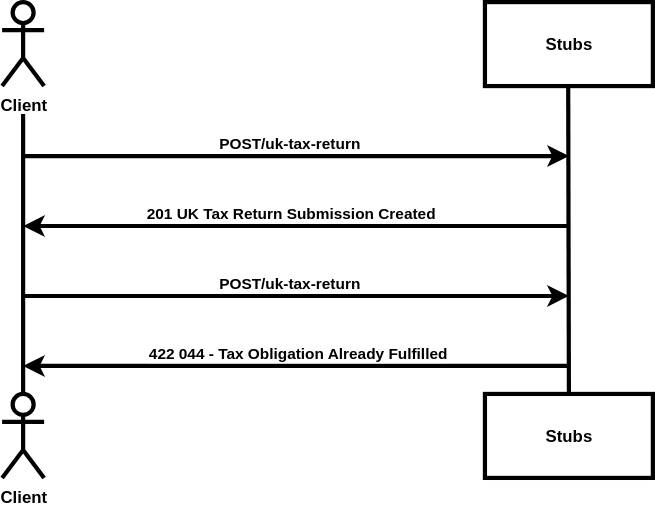
Above: source/documentation/figures/duplicate-submissions-sequence.svg in hmrc/pillar2-service-guide (draw.io), before the change. Source tidied: cells renumbered, new cells last; positions are measured from the earlier drawing's top-left corner, leaving out a move shared by most shapes.
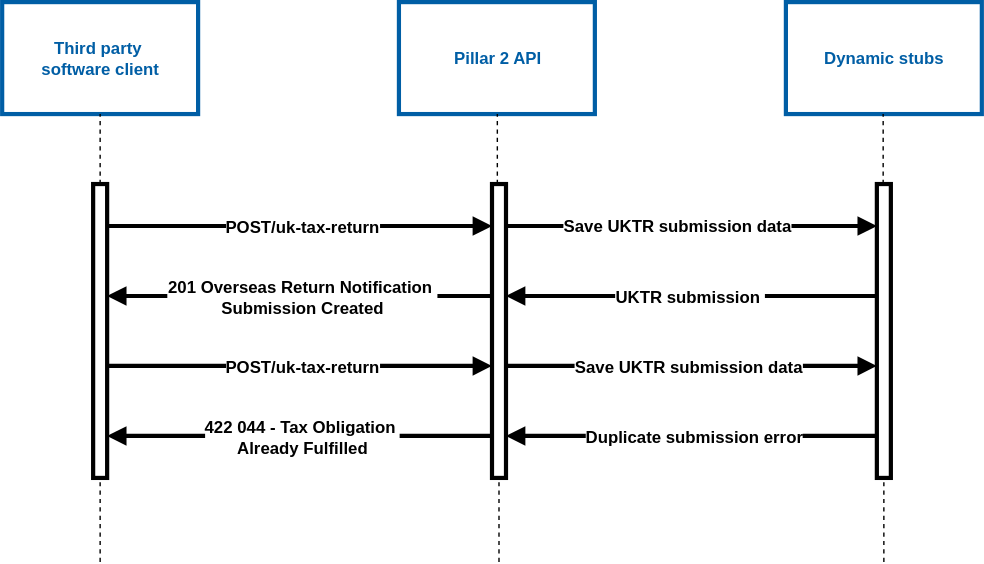
The same diagram one commit later.

Commit message:
Updated sequence diagrams

Change to the diagram source:
```diff
@@ -2,72 +2,138 @@
   <root>
     <mxCell id="0" />
     <mxCell id="1" parent="0" />
-    <mxCell id="2" value="Client" style="shape=umlActor;verticalLabelPosition=bottom;verticalAlign=top;html=1;strokeWidth=3;fontStyle=1;" parent="1" vertex="1">
-      <mxGeometry width="30" height="60" as="geometry" />
-    </mxCell>
-    <mxCell id="3" value="Client" style="shape=umlActor;verticalLabelPosition=bottom;verticalAlign=top;html=1;strokeWidth=3;fontStyle=1;" parent="1" vertex="1">
-      <mxGeometry y="280" width="30" height="60" as="geometry" />
-    </mxCell>
-    <mxCell id="4" style="endArrow=none;html=1;rounded=0;strokeWidth=3;fontStyle=1;" parent="1" edge="1">
-      <mxGeometry relative="1" as="geometry">
-        <mxPoint x="15" y="280" as="sourcePoint" />
-        <mxPoint x="15" y="80" as="targetPoint" />
-      </mxGeometry>
-    </mxCell>
-    <mxCell id="5" value="Stubs" style="rounded=0;whiteSpace=wrap;html=1;strokeWidth=3;fontStyle=1;" parent="1" vertex="1">
-      <mxGeometry x="345" width="120" height="60" as="geometry" />
-    </mxCell>
-    <mxCell id="6" value="Stubs" style="rounded=0;whiteSpace=wrap;html=1;strokeWidth=3;fontStyle=1;" parent="1" vertex="1">
-      <mxGeometry x="345" y="280" width="120" height="60" as="geometry" />
-    </mxCell>
-    <mxCell id="7" style="endArrow=none;html=1;rounded=0;exitX=0.5;exitY=0;exitDx=0;exitDy=0;strokeWidth=3;fontStyle=1;" parent="1" edge="1" source="6">
-      <mxGeometry relative="1" as="geometry">
-        <mxPoint x="404.5" y="60" as="targetPoint" />
-      </mxGeometry>
-    </mxCell>
-    <mxCell id="8" style="endArrow=classic;html=1;rounded=0;strokeWidth=3;fontStyle=1;" parent="1" edge="1">
-      <mxGeometry relative="1" as="geometry">
-        <mxPoint x="15" y="110" as="sourcePoint" />
-        <mxPoint x="405" y="110" as="targetPoint" />
-      </mxGeometry>
-    </mxCell>
-    <mxCell id="9" value="POST/uk-tax-return" style="edgeLabel;html=1;align=center;verticalAlign=middle;fontStyle=1;" parent="8" vertex="1">
-      <mxGeometry x="-0.19" relative="1" as="geometry">
-        <mxPoint x="31" y="-10" as="offset" />
-      </mxGeometry>
-    </mxCell>
-    <mxCell id="10" style="endArrow=classic;html=1;rounded=0;strokeWidth=3;fontStyle=1;" parent="1" edge="1">
-      <mxGeometry relative="1" as="geometry">
-        <mxPoint x="405" y="160" as="sourcePoint" />
-        <mxPoint x="15" y="160" as="targetPoint" />
-      </mxGeometry>
-    </mxCell>
-    <mxCell id="11" value="201 UK Tax Return Submission Created" style="edgeLabel;html=1;align=center;verticalAlign=middle;fontStyle=1;" parent="10" vertex="1">
-      <mxGeometry x="0.13" relative="1" as="geometry">
-        <mxPoint x="20" y="-10" as="offset" />
-      </mxGeometry>
-    </mxCell>
-    <mxCell id="12" style="endArrow=classic;html=1;rounded=0;strokeWidth=3;fontStyle=1;" parent="1" edge="1">
-      <mxGeometry relative="1" as="geometry">
-        <mxPoint x="15" y="210" as="sourcePoint" />
-        <mxPoint x="405" y="210" as="targetPoint" />
-      </mxGeometry>
-    </mxCell>
-    <mxCell id="13" value="POST/uk-tax-return" style="edgeLabel;html=1;align=center;verticalAlign=middle;fontStyle=1;" parent="12" vertex="1">
-      <mxGeometry x="-0.15" y="-2" relative="1" as="geometry">
-        <mxPoint x="23" y="-12" as="offset" />
-      </mxGeometry>
-    </mxCell>
-    <mxCell id="14" style="endArrow=classic;html=1;rounded=0;strokeWidth=3;fontStyle=1;" parent="1" edge="1">
-      <mxGeometry relative="1" as="geometry">
-        <mxPoint x="405" y="260" as="sourcePoint" />
-        <mxPoint x="15" y="260" as="targetPoint" />
-      </mxGeometry>
-    </mxCell>
+    <mxCell id="16" value="&lt;b&gt;&lt;font style=&quot;color: light-dark(rgb(0, 94, 165), rgb(237, 237, 237));&quot;&gt;Third party&amp;nbsp;&lt;/font&gt;&lt;/b&gt;&lt;div&gt;&lt;b&gt;&lt;font style=&quot;color: light-dark(rgb(0, 94, 165), rgb(237, 237, 237));&quot;&gt;software client&lt;/font&gt;&lt;/b&gt;&lt;/div&gt;" style="rounded=0;whiteSpace=wrap;html=1;strokeWidth=3;strokeColor=light-dark(#005ea5, #ededed);" parent="1" vertex="1">
+      <mxGeometry x="-25" y="50" width="140" height="80" as="geometry" />
+    </mxCell>
+    <mxCell id="17" style="endArrow=none;dashed=1;html=1;rounded=0;strokeWidth=1;" parent="1" edge="1" source="19" target="16">
+      <mxGeometry relative="1" as="geometry" />
+    </mxCell>
+    <mxCell id="18" style="endArrow=none;dashed=1;html=1;rounded=0;strokeWidth=1;" parent="1" edge="1" target="19">
+      <mxGeometry relative="1" as="geometry">
+        <mxPoint x="45" y="450" as="sourcePoint" />
+      </mxGeometry>
+    </mxCell>
+    <mxCell id="19" style="html=1;points=[[0,0,0,0,5],[0,1,0,0,-5],[1,0,0,0,5],[1,1,0,0,-5]];perimeter=orthogonalPerimeter;outlineConnect=0;targetShapes=umlLifeline;portConstraint=eastwest;newEdgeStyle={&quot;curved&quot;:0,&quot;rounded&quot;:0};strokeWidth=3;" parent="1" vertex="1">
+      <mxGeometry x="40" y="180" width="10" height="210" as="geometry" />
+    </mxCell>
+    <mxCell id="20" value="&lt;b&gt;&lt;font style=&quot;color: light-dark(rgb(0, 94, 165), rgb(237, 237, 237));&quot;&gt;Pillar 2 API&lt;/font&gt;&lt;/b&gt;" style="rounded=0;whiteSpace=wrap;html=1;strokeWidth=3;strokeColor=light-dark(#005ea5, #ededed);" parent="1" vertex="1">
+      <mxGeometry x="258.5" y="50" width="140" height="80" as="geometry" />
+    </mxCell>
+    <mxCell id="21" style="endArrow=none;dashed=1;html=1;rounded=0;strokeWidth=1;" parent="1" edge="1" source="26" target="20">
+      <mxGeometry relative="1" as="geometry" />
+    </mxCell>
+    <mxCell id="22" style="endArrow=none;dashed=1;html=1;rounded=0;strokeWidth=1;" parent="1" edge="1" target="26">
+      <mxGeometry relative="1" as="geometry">
+        <mxPoint x="330" y="450" as="sourcePoint" />
+      </mxGeometry>
+    </mxCell>
+    <mxCell id="23" value="&lt;b style=&quot;background-color: transparent; color: light-dark(rgb(0, 0, 0), rgb(255, 255, 255));&quot;&gt;&lt;font style=&quot;color: light-dark(rgb(0, 94, 165), rgb(237, 237, 237));&quot;&gt;Dynamic stubs&lt;/font&gt;&lt;/b&gt;" style="rounded=0;whiteSpace=wrap;html=1;strokeWidth=3;strokeColor=light-dark(#005ea5, #ededed);" parent="1" vertex="1">
+      <mxGeometry x="535" y="50" width="140" height="80" as="geometry" />
+    </mxCell>
+    <mxCell id="24" style="endArrow=block;html=1;rounded=0;strokeWidth=3;endFill=1;" parent="1" edge="1" source="19">
+      <mxGeometry relative="1" as="geometry">
+        <mxPoint x="325" y="310" as="targetPoint" />
+        <Array as="points">
+          <mxPoint x="85" y="310" />
+        </Array>
+      </mxGeometry>
+    </mxCell>
+    <mxCell id="25" value="POST/uk-tax-return" style="edgeLabel;html=1;align=center;verticalAlign=middle;fontStyle=1;fontSize=12;" parent="24" vertex="1">
+      <mxGeometry relative="1" as="geometry" />
+    </mxCell>
+    <mxCell id="26" style="html=1;points=[[0,0,0,0,5],[0,1,0,0,-5],[1,0,0,0,5],[1,1,0,0,-5]];perimeter=orthogonalPerimeter;outlineConnect=0;targetShapes=umlLifeline;portConstraint=eastwest;newEdgeStyle={&quot;curved&quot;:0,&quot;rounded&quot;:0};strokeWidth=3;" parent="1" vertex="1">
+      <mxGeometry x="325" y="180" width="10" height="210" as="geometry" />
+    </mxCell>
+    <mxCell id="27" style="endArrow=none;html=1;rounded=0;exitX=0.5;exitY=0.125;exitDx=0;exitDy=0;exitPerimeter=0;strokeWidth=3;startArrow=block;startFill=1;endFill=0;" parent="1" edge="1">
+      <mxGeometry relative="1" as="geometry">
+        <mxPoint x="50" y="360" as="sourcePoint" />
+        <mxPoint x="325" y="360" as="targetPoint" />
+      </mxGeometry>
+    </mxCell>
-    <mxCell id="15" value="422 044 - Tax Obligation Already Fulfilled" style="edgeLabel;html=1;align=center;verticalAlign=middle;fontStyle=1;" parent="14" vertex="1">
-      <mxGeometry y="2" relative="1" as="geometry">
-        <mxPoint y="-12" as="offset" />
-      </mxGeometry>
+    <mxCell id="15" value="422 044 - Tax Obligation&amp;nbsp;&lt;div&gt;Already Fulfilled&lt;/div&gt;" style="edgeLabel;html=1;align=center;verticalAlign=middle;fontStyle=1;fontSize=12;" parent="27" vertex="1">
+      <mxGeometry relative="1" as="geometry" />
     </mxCell>
+    <mxCell id="28" style="endArrow=block;html=1;rounded=0;strokeWidth=3;endFill=1;" parent="1" edge="1" source="26">
+      <mxGeometry relative="1" as="geometry">
+        <mxPoint x="600" y="310" as="targetPoint" />
+        <Array as="points">
+          <mxPoint x="355" y="310" />
+          <mxPoint x="385" y="310" />
+        </Array>
+      </mxGeometry>
+    </mxCell>
+    <mxCell id="29" value="&lt;div&gt;&lt;span style=&quot;font-size: 12px;&quot;&gt;&lt;b&gt;Save UKTR&amp;nbsp;&lt;/b&gt;&lt;/span&gt;&lt;b style=&quot;font-size: 12px; background-color: light-dark(#ffffff, var(--ge-dark-color, #121212)); color: light-dark(rgb(0, 0, 0), rgb(255, 255, 255));&quot;&gt;submission data&lt;/b&gt;&lt;/div&gt;" style="edgeLabel;html=1;align=center;verticalAlign=middle;" parent="28" vertex="1">
+      <mxGeometry x="-0.03" y="3" relative="1" as="geometry">
+        <mxPoint x="1" y="3" as="offset" />
+      </mxGeometry>
+    </mxCell>
+    <mxCell id="30" style="html=1;points=[[0,0,0,0,5],[0,1,0,0,-5],[1,0,0,0,5],[1,1,0,0,-5]];perimeter=orthogonalPerimeter;outlineConnect=0;targetShapes=umlLifeline;portConstraint=eastwest;newEdgeStyle={&quot;curved&quot;:0,&quot;rounded&quot;:0};strokeWidth=3;" parent="1" vertex="1">
+      <mxGeometry x="600" y="180" width="10" height="210" as="geometry" />
+    </mxCell>
+    <mxCell id="31" style="endArrow=none;dashed=1;html=1;rounded=0;strokeWidth=1;" parent="1" edge="1">
+      <mxGeometry relative="1" as="geometry">
+        <mxPoint x="604.5" y="180" as="sourcePoint" />
+        <mxPoint x="604.5" y="130" as="targetPoint" />
+      </mxGeometry>
+    </mxCell>
+    <mxCell id="32" style="endArrow=none;dashed=1;html=1;rounded=0;strokeWidth=1;" parent="1" edge="1" target="30">
+      <mxGeometry relative="1" as="geometry">
+        <mxPoint x="605" y="450" as="sourcePoint" />
+      </mxGeometry>
+    </mxCell>
+    <mxCell id="33" style="endArrow=none;html=1;rounded=0;strokeWidth=3;startArrow=block;startFill=1;endFill=0;" parent="1" edge="1" source="26">
+      <mxGeometry relative="1" as="geometry">
+        <mxPoint x="600" y="360" as="targetPoint" />
+        <Array as="points">
+          <mxPoint x="355" y="360" />
+        </Array>
+      </mxGeometry>
+    </mxCell>
+    <mxCell id="34" value="Duplicate submission error" style="edgeLabel;html=1;align=center;verticalAlign=middle;fontStyle=1;fontSize=12;" parent="33" vertex="1">
+      <mxGeometry relative="1" as="geometry" />
+    </mxCell>
+    <mxCell id="35" style="endArrow=block;html=1;rounded=0;strokeWidth=3;endFill=1;" parent="1" edge="1">
+      <mxGeometry relative="1" as="geometry">
+        <mxPoint x="50" y="210" as="sourcePoint" />
+        <mxPoint x="325" y="210" as="targetPoint" />
+        <Array as="points">
+          <mxPoint x="225" y="210" />
+        </Array>
+      </mxGeometry>
+    </mxCell>
+    <mxCell id="36" value="POST/uk-tax-return" style="edgeLabel;html=1;align=center;verticalAlign=middle;fontStyle=1;fontSize=12;" parent="35" vertex="1">
+      <mxGeometry relative="1" as="geometry" />
+    </mxCell>
+    <mxCell id="37" style="endArrow=block;html=1;rounded=0;strokeWidth=3;endFill=1;" parent="1" edge="1">
+      <mxGeometry relative="1" as="geometry">
+        <mxPoint x="335" y="210" as="sourcePoint" />
+        <mxPoint x="600" y="210" as="targetPoint" />
+      </mxGeometry>
+    </mxCell>
+    <mxCell id="38" value="&lt;span style=&quot;font-size: 12px;&quot;&gt;&lt;b&gt;Save UKTR submission data&lt;/b&gt;&lt;/span&gt;" style="edgeLabel;html=1;align=center;verticalAlign=middle;" parent="37" vertex="1">
+      <mxGeometry x="-0.09" y="2" relative="1" as="geometry">
+        <mxPoint x="1" y="1" as="offset" />
+      </mxGeometry>
+    </mxCell>
+    <mxCell id="39" style="endArrow=none;html=1;rounded=0;strokeWidth=3;startArrow=block;startFill=1;endFill=0;" parent="1" edge="1">
+      <mxGeometry relative="1" as="geometry">
+        <mxPoint x="50" y="260" as="sourcePoint" />
+        <mxPoint x="325" y="260" as="targetPoint" />
+      </mxGeometry>
+    </mxCell>
+    <mxCell id="40" value="201 Overseas Return Notification&amp;nbsp;&lt;div&gt;Submission Created&lt;/div&gt;" style="edgeLabel;html=1;align=center;verticalAlign=middle;fontStyle=1;fontSize=12;" parent="39" vertex="1">
+      <mxGeometry relative="1" as="geometry" />
+    </mxCell>
+    <mxCell id="41" style="endArrow=none;html=1;rounded=0;strokeWidth=3;startArrow=block;startFill=1;endFill=0;" parent="1" edge="1">
+      <mxGeometry relative="1" as="geometry">
+        <mxPoint x="335" y="260" as="sourcePoint" />
+        <mxPoint x="600" y="260" as="targetPoint" />
+      </mxGeometry>
+    </mxCell>
+    <mxCell id="42" value="UKTR submission&amp;nbsp;" style="edgeLabel;html=1;align=center;verticalAlign=middle;fontStyle=1;fontSize=12;" parent="41" vertex="1">
+      <mxGeometry relative="1" as="geometry">
+        <mxPoint x="-3" as="offset" />
+      </mxGeometry>
+    </mxCell>
   </root>
 </mxGraphModel>
```
